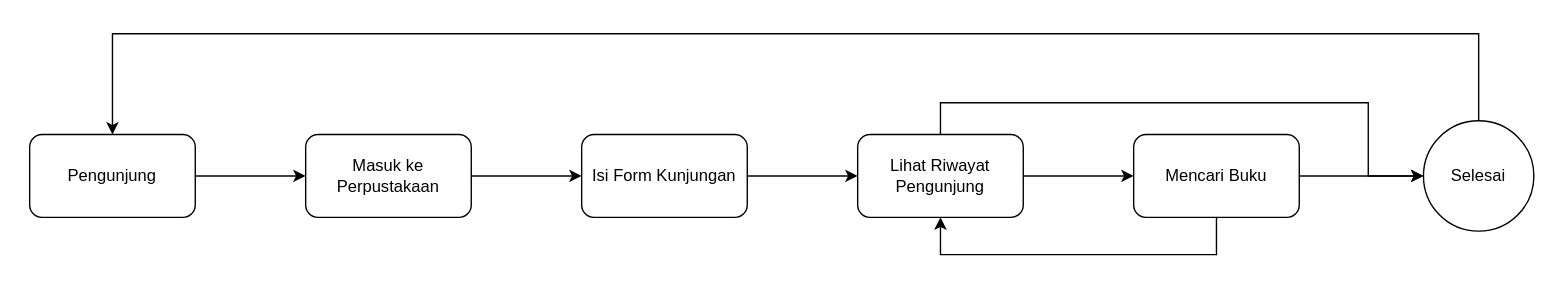
Before: Alur-Perpus-Digital.drawio in Afkar-Saga/perpus-digital, a draw.io diagram. Source tidied: cells renumbered, new cells numbered last; positions are measured from the earlier drawing's top-left corner, leaving out a move shared by most shapes. Both pictures are drawn from the tidied source at 138%, with x=0, y=0 at pixel (29, 33).
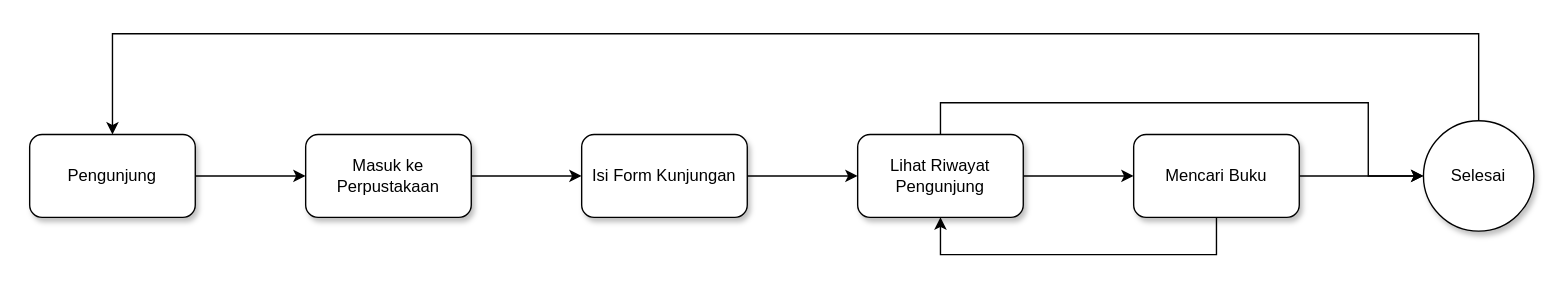
The same diagram, later.

Diff of the diagram source:
```diff
@@
-    <mxCell id="3" value="Pengunjung" style="rounded=1;whiteSpace=wrap;html=1;" parent="1" vertex="1">
+    <mxCell id="3" value="Pengunjung" style="rounded=1;whiteSpace=wrap;html=1;shadow=1;" parent="1" vertex="1">
       <mxGeometry y="73" width="120" height="60" as="geometry" />
     </mxCell>
@@
-    <mxCell id="5" value="Masuk ke Perpustakaan" style="rounded=1;whiteSpace=wrap;html=1;" parent="1" vertex="1">
+    <mxCell id="5" value="Masuk ke Perpustakaan" style="rounded=1;whiteSpace=wrap;html=1;shadow=1;" parent="1" vertex="1">
       <mxGeometry x="200" y="73" width="120" height="60" as="geometry" />
     </mxCell>
@@
-    <mxCell id="7" value="Isi Form Kunjungan" style="whiteSpace=wrap;html=1;rounded=1;" parent="1" vertex="1">
+    <mxCell id="7" value="Isi Form Kunjungan" style="whiteSpace=wrap;html=1;rounded=1;shadow=1;" parent="1" vertex="1">
       <mxGeometry x="400" y="73" width="120" height="60" as="geometry" />
     </mxCell>
@@
-    <mxCell id="10" value="Lihat Riwayat Pengunjung" style="whiteSpace=wrap;html=1;rounded=1;" parent="1" vertex="1">
+    <mxCell id="10" value="Lihat Riwayat Pengunjung" style="whiteSpace=wrap;html=1;rounded=1;shadow=1;" parent="1" vertex="1">
       <mxGeometry x="600" y="73" width="120" height="60" as="geometry" />
     </mxCell>
@@
-    <mxCell id="13" value="Mencari Buku" style="whiteSpace=wrap;html=1;rounded=1;" parent="1" vertex="1">
+    <mxCell id="13" value="Mencari Buku" style="whiteSpace=wrap;html=1;rounded=1;shadow=1;" parent="1" vertex="1">
       <mxGeometry x="800" y="73" width="120" height="60" as="geometry" />
     </mxCell>
@@
-    <mxCell id="15" value="Selesai" style="ellipse;whiteSpace=wrap;html=1;" parent="1" vertex="1">
+    <mxCell id="15" value="Selesai" style="ellipse;whiteSpace=wrap;html=1;shadow=1;" parent="1" vertex="1">
       <mxGeometry x="1010" y="63" width="80" height="80" as="geometry" />
     </mxCell>
```
